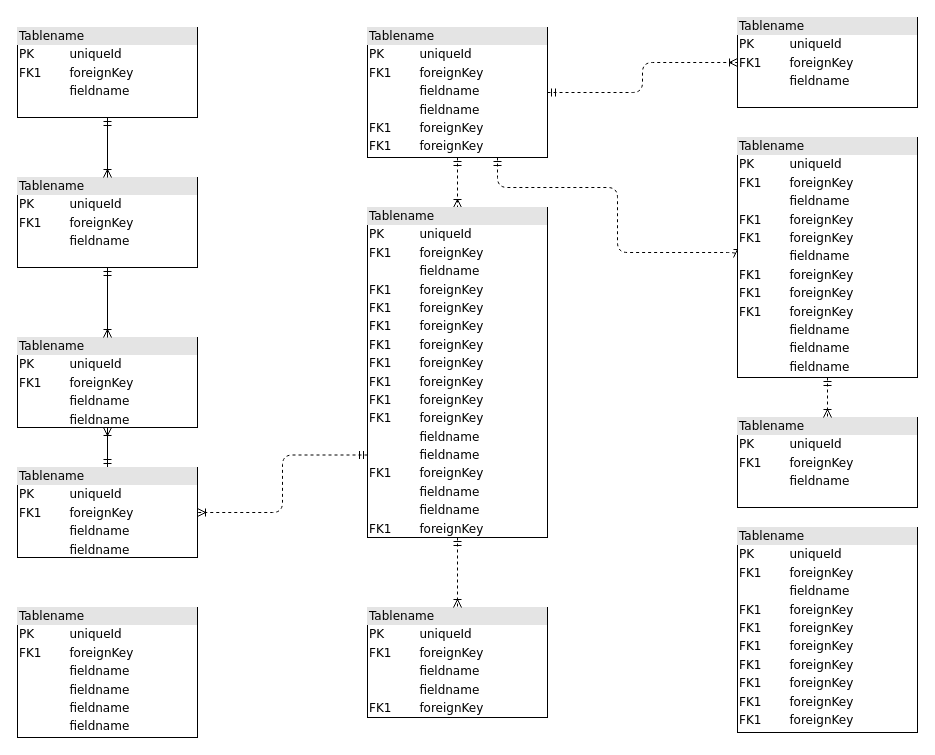
Above: Untitled Diagram.drawio in atinaanz/atina.schema (draw.io), before the change. Source tidied: cells renumbered, new cells numbered last; positions are measured from the earlier drawing's top-left corner, leaving out a move shared by most shapes. Both pictures are drawn from the tidied source at 100%, with x=0, y=0 at pixel (17, 17).
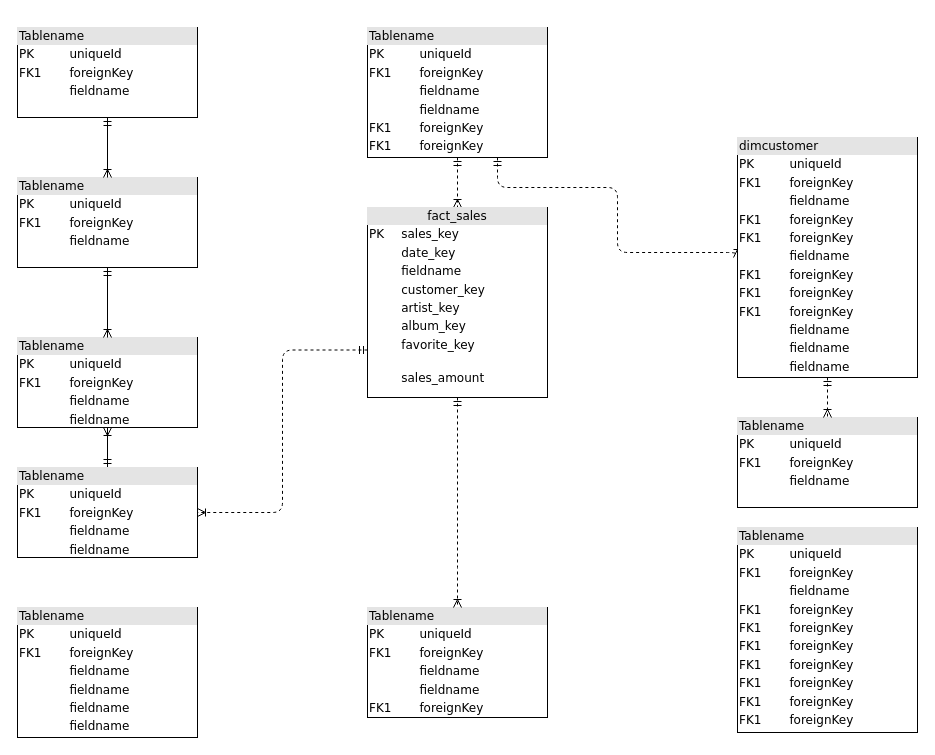
Above is the later version.

The change refers to these unchanged cells:
```xml
<mxCell id="6" value="&lt;div style=&quot;box-sizing: border-box ; width: 100% ; background: #e4e4e4 ; padding: 2px&quot;&gt;Tablename&lt;/div&gt;&lt;table style=&quot;width: 100% ; font-size: 1em&quot; cellpadding=&quot;2&quot; cellspacing=&quot;0&quot;&gt;&lt;tbody&gt;&lt;tr&gt;&lt;td&gt;PK&lt;/td&gt;&lt;td&gt;uniqueId&lt;/td&gt;&lt;/tr&gt;&lt;tr&gt;&lt;td&gt;FK1&lt;/td&gt;&lt;td&gt;foreignKey&lt;/td&gt;&lt;/tr&gt;&lt;tr&gt;&lt;td&gt;&lt;/td&gt;&lt;td&gt;fieldname&lt;/td&gt;&lt;/tr&gt;&lt;tr&gt;&lt;td&gt;&lt;br&gt;&lt;/td&gt;&lt;td&gt;fieldname&lt;br&gt;&lt;/td&gt;&lt;/tr&gt;&lt;tr&gt;&lt;td&gt;FK1&lt;br&gt;&lt;/td&gt;&lt;td&gt;foreignKey&lt;br&gt;&lt;/td&gt;&lt;/tr&gt;&lt;tr&gt;&lt;td&gt;FK1&lt;br&gt;&lt;/td&gt;&lt;td&gt;foreignKey&lt;br&gt;&lt;/td&gt;&lt;/tr&gt;&lt;/tbody&gt;&lt;/table&gt;" style="verticalAlign=top;align=left;overflow=fill;html=1;rounded=0;shadow=0;comic=0;labelBackgroundColor=none;strokeWidth=1;fontFamily=Verdana;fontSize=12;" parent="1" vertex="1">
  <mxGeometry x="350" y="10" width="180" height="130" as="geometry" />
</mxCell>
<mxCell id="14" value="&lt;div style=&quot;box-sizing: border-box ; width: 100% ; background: #e4e4e4 ; padding: 2px&quot;&gt;Tablename&lt;/div&gt;&lt;table style=&quot;width: 100% ; font-size: 1em&quot; cellpadding=&quot;2&quot; cellspacing=&quot;0&quot;&gt;&lt;tbody&gt;&lt;tr&gt;&lt;td&gt;PK&lt;/td&gt;&lt;td&gt;uniqueId&lt;/td&gt;&lt;/tr&gt;&lt;tr&gt;&lt;td&gt;FK1&lt;/td&gt;&lt;td&gt;foreignKey&lt;/td&gt;&lt;/tr&gt;&lt;tr&gt;&lt;td&gt;&lt;/td&gt;&lt;td&gt;fieldname&lt;/td&gt;&lt;/tr&gt;&lt;tr&gt;&lt;td&gt;&lt;br&gt;&lt;/td&gt;&lt;td&gt;fieldname&lt;br&gt;&lt;/td&gt;&lt;/tr&gt;&lt;tr&gt;&lt;td&gt;FK1&lt;br&gt;&lt;/td&gt;&lt;td&gt;foreignKey&lt;br&gt;&lt;/td&gt;&lt;/tr&gt;&lt;/tbody&gt;&lt;/table&gt;" style="verticalAlign=top;align=left;overflow=fill;html=1;rounded=0;shadow=0;comic=0;labelBackgroundColor=none;strokeWidth=1;fontFamily=Verdana;fontSize=12;" parent="1" vertex="1">
  <mxGeometry x="350" y="590" width="180" height="110" as="geometry" />
</mxCell>
```

Diff of the diagram source:
```diff
@@
-    <mxCell id="5" style="edgeStyle=orthogonalEdgeStyle;html=1;dashed=1;labelBackgroundColor=none;startArrow=ERmandOne;endArrow=ERoneToMany;fontFamily=Verdana;fontSize=12;align=left;" parent="1" edge="1" source="6" target="20">
-      <mxGeometry relative="1" as="geometry" />
-    </mxCell>
@@
     <mxCell id="15" style="edgeStyle=orthogonalEdgeStyle;html=1;entryX=0.5;entryY=0;labelBackgroundColor=none;startArrow=ERmandOne;endArrow=ERoneToMany;fontFamily=Verdana;fontSize=12;align=left;dashed=1;" parent="1" edge="1" source="16" target="14">
-      <mxGeometry relative="1" as="geometry" />
+      <mxGeometry relative="1" as="geometry">
+        <Array as="points">
+          <mxPoint x="440" y="540" />
+          <mxPoint x="440" y="540" />
+        </Array>
+      </mxGeometry>
     </mxCell>
-    <mxCell id="16" value="&lt;div style=&quot;box-sizing: border-box ; width: 100% ; background: #e4e4e4 ; padding: 2px&quot;&gt;Tablename&lt;/div&gt;&lt;table style=&quot;width: 100% ; font-size: 1em&quot; cellpadding=&quot;2&quot; cellspacing=&quot;0&quot;&gt;&lt;tbody&gt;&lt;tr&gt;&lt;td&gt;PK&lt;/td&gt;&lt;td&gt;uniqueId&lt;/td&gt;&lt;/tr&gt;&lt;tr&gt;&lt;td&gt;FK1&lt;/td&gt;&lt;td&gt;foreignKey&lt;/td&gt;&lt;/tr&gt;&lt;tr&gt;&lt;td&gt;&lt;/td&gt;&lt;td&gt;fieldname&lt;/td&gt;&lt;/tr&gt;&lt;tr&gt;&lt;td&gt;FK1&lt;br&gt;&lt;/td&gt;&lt;td&gt;foreignKey&lt;br&gt;&lt;/td&gt;&lt;/tr&gt;&lt;tr&gt;&lt;td&gt;FK1&lt;br&gt;&lt;/td&gt;&lt;td&gt;foreignKey&lt;br&gt;&lt;/td&gt;&lt;/tr&gt;&lt;tr&gt;&lt;td&gt;FK1&lt;br&gt;&lt;/td&gt;&lt;td&gt;foreignKey&lt;br&gt;&lt;/td&gt;&lt;/tr&gt;&lt;tr&gt;&lt;td&gt;FK1&lt;br&gt;&lt;/td&gt;&lt;td&gt;foreignKey&lt;br&gt;&lt;/td&gt;&lt;/tr&gt;&lt;tr&gt;&lt;td&gt;FK1&lt;br&gt;&lt;/td&gt;&lt;td&gt;foreignKey&lt;br&gt;&lt;/td&gt;&lt;/tr&gt;&lt;tr&gt;&lt;td&gt;FK1&lt;br&gt;&lt;/td&gt;&lt;td&gt;foreignKey&lt;br&gt;&lt;/td&gt;&lt;/tr&gt;&lt;tr&gt;&lt;td&gt;FK1&lt;br&gt;&lt;/td&gt;&lt;td&gt;foreignKey&lt;br&gt;&lt;/td&gt;&lt;/tr&gt;&lt;tr&gt;&lt;td&gt;FK1&lt;br&gt;&lt;/td&gt;&lt;td&gt;foreignKey&lt;br&gt;&lt;/td&gt;&lt;/tr&gt;&lt;tr&gt;&lt;td&gt;&lt;br&gt;&lt;/td&gt;&lt;td&gt;fieldname&lt;br&gt;&lt;/td&gt;&lt;/tr&gt;&lt;tr&gt;&lt;td&gt;&lt;br&gt;&lt;/td&gt;&lt;td&gt;fieldname&lt;br&gt;&lt;/td&gt;&lt;/tr&gt;&lt;tr&gt;&lt;td&gt;FK1&lt;br&gt;&lt;/td&gt;&lt;td&gt;foreignKey&lt;br&gt;&lt;/td&gt;&lt;/tr&gt;&lt;tr&gt;&lt;td&gt;&lt;br&gt;&lt;/td&gt;&lt;td&gt;fieldname&lt;br&gt;&lt;/td&gt;&lt;/tr&gt;&lt;tr&gt;&lt;td&gt;&lt;br&gt;&lt;/td&gt;&lt;td&gt;fieldname&lt;br&gt;&lt;/td&gt;&lt;/tr&gt;&lt;tr&gt;&lt;td&gt;FK1&lt;br&gt;&lt;/td&gt;&lt;td&gt;foreignKey&lt;br&gt;&lt;/td&gt;&lt;/tr&gt;&lt;/tbody&gt;&lt;/table&gt;" style="verticalAlign=top;align=left;overflow=fill;html=1;rounded=0;shadow=0;comic=0;labelBackgroundColor=none;strokeWidth=1;fontFamily=Verdana;fontSize=12;" parent="1" vertex="1">
-      <mxGeometry x="350" y="190" width="180" height="330" as="geometry" />
+    <mxCell id="16" value="&lt;div style=&quot;text-align: center; box-sizing: border-box; width: 100%; background: rgb(228, 228, 228); padding: 2px;&quot;&gt;fact_sales&lt;/div&gt;&lt;table style=&quot;width: 100% ; font-size: 1em&quot; cellpadding=&quot;2&quot; cellspacing=&quot;0&quot;&gt;&lt;tbody&gt;&lt;tr&gt;&lt;td&gt;PK&lt;/td&gt;&lt;td&gt;sales_key&lt;br&gt;&lt;/td&gt;&lt;/tr&gt;&lt;tr&gt;&lt;td&gt;&lt;br&gt;&lt;/td&gt;&lt;td&gt;date_key&lt;/td&gt;&lt;/tr&gt;&lt;tr&gt;&lt;td&gt;&lt;/td&gt;&lt;td&gt;fieldname&lt;/td&gt;&lt;/tr&gt;&lt;tr&gt;&lt;td&gt;&lt;br&gt;&lt;/td&gt;&lt;td&gt;customer_key&lt;br&gt;&lt;/td&gt;&lt;/tr&gt;&lt;tr&gt;&lt;td&gt;&lt;br&gt;&lt;/td&gt;&lt;td&gt;artist_key&lt;/td&gt;&lt;/tr&gt;&lt;tr&gt;&lt;td&gt;&lt;br&gt;&lt;/td&gt;&lt;td&gt;album_key&lt;/td&gt;&lt;/tr&gt;&lt;tr&gt;&lt;td&gt;&lt;br&gt;&lt;/td&gt;&lt;td&gt;favorite_key&lt;br&gt;&lt;/td&gt;&lt;/tr&gt;&lt;tr&gt;&lt;td&gt;&lt;br&gt;&lt;/td&gt;&lt;td&gt;&lt;br&gt;sales_amount&lt;/td&gt;&lt;/tr&gt;&lt;tr&gt;&lt;td&gt;&lt;/td&gt;&lt;td&gt;&lt;br&gt;&lt;/td&gt;&lt;/tr&gt;&lt;/tbody&gt;&lt;/table&gt;" style="verticalAlign=top;align=left;overflow=fill;html=1;rounded=0;shadow=0;comic=0;labelBackgroundColor=none;strokeWidth=1;fontFamily=Verdana;fontSize=12;" parent="1" vertex="1">
+      <mxGeometry x="350" y="190" width="180" height="190" as="geometry" />
     </mxCell>
@@
-    <mxCell id="19" value="&lt;div style=&quot;box-sizing: border-box ; width: 100% ; background: #e4e4e4 ; padding: 2px&quot;&gt;Tablename&lt;/div&gt;&lt;table style=&quot;width: 100% ; font-size: 1em&quot; cellpadding=&quot;2&quot; cellspacing=&quot;0&quot;&gt;&lt;tbody&gt;&lt;tr&gt;&lt;td&gt;PK&lt;/td&gt;&lt;td&gt;uniqueId&lt;/td&gt;&lt;/tr&gt;&lt;tr&gt;&lt;td&gt;FK1&lt;/td&gt;&lt;td&gt;foreignKey&lt;/td&gt;&lt;/tr&gt;&lt;tr&gt;&lt;td&gt;&lt;/td&gt;&lt;td&gt;fieldname&lt;/td&gt;&lt;/tr&gt;&lt;tr&gt;&lt;td&gt;FK1&lt;br&gt;&lt;/td&gt;&lt;td&gt;foreignKey&lt;br&gt;&lt;/td&gt;&lt;/tr&gt;&lt;tr&gt;&lt;td&gt;FK1&lt;br&gt;&lt;/td&gt;&lt;td&gt;foreignKey&lt;br&gt;&lt;/td&gt;&lt;/tr&gt;&lt;tr&gt;&lt;td&gt;&lt;br&gt;&lt;/td&gt;&lt;td&gt;fieldname&lt;br&gt;&lt;/td&gt;&lt;/tr&gt;&lt;tr&gt;&lt;td&gt;FK1&lt;br&gt;&lt;/td&gt;&lt;td&gt;foreignKey&lt;br&gt;&lt;/td&gt;&lt;/tr&gt;&lt;tr&gt;&lt;td&gt;FK1&lt;br&gt;&lt;/td&gt;&lt;td&gt;foreignKey&lt;br&gt;&lt;/td&gt;&lt;/tr&gt;&lt;tr&gt;&lt;td&gt;FK1&lt;br&gt;&lt;/td&gt;&lt;td&gt;foreignKey&lt;br&gt;&lt;/td&gt;&lt;/tr&gt;&lt;tr&gt;&lt;td&gt;&lt;br&gt;&lt;/td&gt;&lt;td&gt;fieldname&lt;br&gt;&lt;/td&gt;&lt;/tr&gt;&lt;tr&gt;&lt;td&gt;&lt;br&gt;&lt;/td&gt;&lt;td&gt;fieldname&lt;br&gt;&lt;/td&gt;&lt;/tr&gt;&lt;tr&gt;&lt;td&gt;&lt;br&gt;&lt;/td&gt;&lt;td&gt;fieldname&lt;br&gt;&lt;/td&gt;&lt;/tr&gt;&lt;/tbody&gt;&lt;/table&gt;" style="verticalAlign=top;align=left;overflow=fill;html=1;rounded=0;shadow=0;comic=0;labelBackgroundColor=none;strokeWidth=1;fontFamily=Verdana;fontSize=12;" parent="1" vertex="1">
+    <mxCell id="19" value="&lt;div style=&quot;box-sizing: border-box ; width: 100% ; background: #e4e4e4 ; padding: 2px&quot;&gt;dimcustomer&lt;/div&gt;&lt;table style=&quot;width: 100% ; font-size: 1em&quot; cellpadding=&quot;2&quot; cellspacing=&quot;0&quot;&gt;&lt;tbody&gt;&lt;tr&gt;&lt;td&gt;PK&lt;/td&gt;&lt;td&gt;uniqueId&lt;/td&gt;&lt;/tr&gt;&lt;tr&gt;&lt;td&gt;FK1&lt;/td&gt;&lt;td&gt;foreignKey&lt;/td&gt;&lt;/tr&gt;&lt;tr&gt;&lt;td&gt;&lt;/td&gt;&lt;td&gt;fieldname&lt;/td&gt;&lt;/tr&gt;&lt;tr&gt;&lt;td&gt;FK1&lt;br&gt;&lt;/td&gt;&lt;td&gt;foreignKey&lt;br&gt;&lt;/td&gt;&lt;/tr&gt;&lt;tr&gt;&lt;td&gt;FK1&lt;br&gt;&lt;/td&gt;&lt;td&gt;foreignKey&lt;br&gt;&lt;/td&gt;&lt;/tr&gt;&lt;tr&gt;&lt;td&gt;&lt;br&gt;&lt;/td&gt;&lt;td&gt;fieldname&lt;br&gt;&lt;/td&gt;&lt;/tr&gt;&lt;tr&gt;&lt;td&gt;FK1&lt;br&gt;&lt;/td&gt;&lt;td&gt;foreignKey&lt;br&gt;&lt;/td&gt;&lt;/tr&gt;&lt;tr&gt;&lt;td&gt;FK1&lt;br&gt;&lt;/td&gt;&lt;td&gt;foreignKey&lt;br&gt;&lt;/td&gt;&lt;/tr&gt;&lt;tr&gt;&lt;td&gt;FK1&lt;br&gt;&lt;/td&gt;&lt;td&gt;foreignKey&lt;br&gt;&lt;/td&gt;&lt;/tr&gt;&lt;tr&gt;&lt;td&gt;&lt;br&gt;&lt;/td&gt;&lt;td&gt;fieldname&lt;br&gt;&lt;/td&gt;&lt;/tr&gt;&lt;tr&gt;&lt;td&gt;&lt;br&gt;&lt;/td&gt;&lt;td&gt;fieldname&lt;br&gt;&lt;/td&gt;&lt;/tr&gt;&lt;tr&gt;&lt;td&gt;&lt;br&gt;&lt;/td&gt;&lt;td&gt;fieldname&lt;br&gt;&lt;/td&gt;&lt;/tr&gt;&lt;/tbody&gt;&lt;/table&gt;" style="verticalAlign=top;align=left;overflow=fill;html=1;rounded=0;shadow=0;comic=0;labelBackgroundColor=none;strokeWidth=1;fontFamily=Verdana;fontSize=12;" parent="1" vertex="1">
       <mxGeometry x="720" y="120" width="180" height="240" as="geometry" />
     </mxCell>
-    <mxCell id="20" value="&lt;div style=&quot;box-sizing:border-box;width:100%;background:#e4e4e4;padding:2px;&quot;&gt;Tablename&lt;/div&gt;&lt;table style=&quot;width:100%;font-size:1em;&quot; cellpadding=&quot;2&quot; cellspacing=&quot;0&quot;&gt;&lt;tr&gt;&lt;td&gt;PK&lt;/td&gt;&lt;td&gt;uniqueId&lt;/td&gt;&lt;/tr&gt;&lt;tr&gt;&lt;td&gt;FK1&lt;/td&gt;&lt;td&gt;foreignKey&lt;/td&gt;&lt;/tr&gt;&lt;tr&gt;&lt;td&gt;&lt;/td&gt;&lt;td&gt;fieldname&lt;/td&gt;&lt;/tr&gt;&lt;/table&gt;" style="verticalAlign=top;align=left;overflow=fill;html=1;rounded=0;shadow=0;comic=0;labelBackgroundColor=none;strokeWidth=1;fontFamily=Verdana;fontSize=12;" parent="1" vertex="1">
-      <mxGeometry x="720" width="180" height="90" as="geometry" />
-    </mxCell>
```
